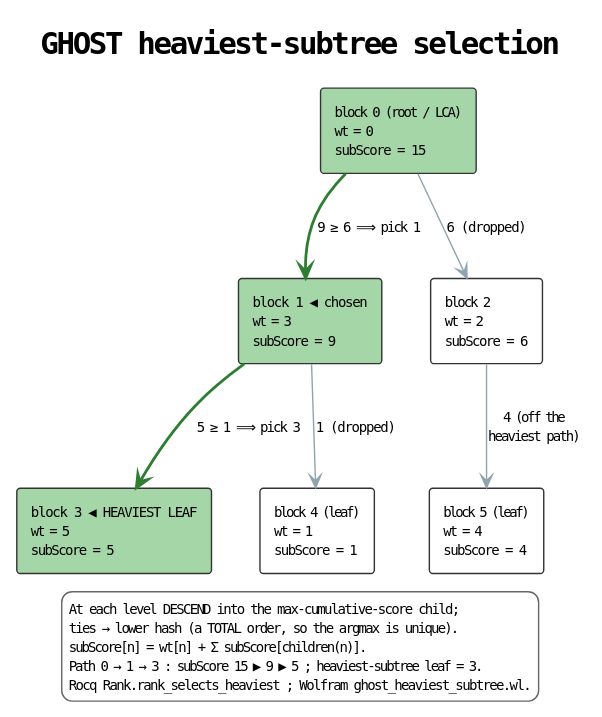
Before: docs/theory/fork-choice/diagrams/03-ghost-heaviest-subtree.svg, a diagram exported from PlantUML (F1R3FLY-io/f1r3node-rust).
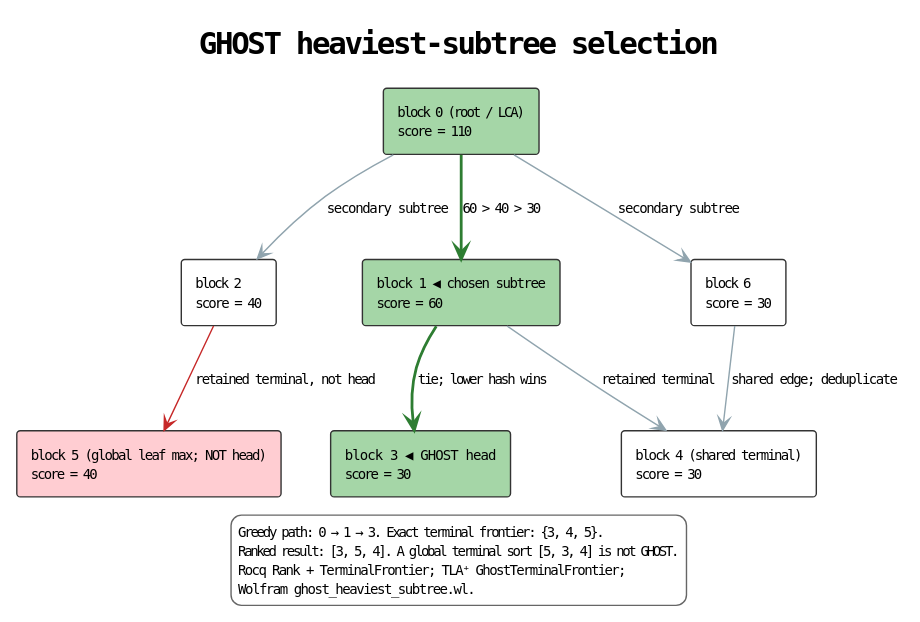
The same diagram one commit later.

Change to the diagram source:
```diff
@@ -17,24 +17,26 @@
 title GHOST heaviest-subtree selection
 
 
-rectangle "block 0  (root / LCA)\nwt = 0\nsubScore = 15" as N0 #A5D6A7
-rectangle "block 1  ◀ chosen\nwt = 3\nsubScore = 9" as N1 #A5D6A7
-rectangle "block 2\nwt = 2\nsubScore = 6" as N2 #FFFFFF
-rectangle "block 3  ◀ HEAVIEST LEAF\nwt = 5\nsubScore = 5" as N3 #A5D6A7
-rectangle "block 4  (leaf)\nwt = 1\nsubScore = 1" as N4 #FFFFFF
-rectangle "block 5  (leaf)\nwt = 4\nsubScore = 4" as N5 #FFFFFF
+rectangle "block 0  (root / LCA)\nscore = 110" as N0 #A5D6A7
+rectangle "block 1  ◀ chosen subtree\nscore = 60" as N1 #A5D6A7
+rectangle "block 2\nscore = 40" as N2 #FFFFFF
+rectangle "block 6\nscore = 30" as N6 #FFFFFF
+rectangle "block 3  ◀ GHOST head\nscore = 30" as N3 #A5D6A7
+rectangle "block 4  (shared terminal)\nscore = 30" as N4 #FFFFFF
+rectangle "block 5  (global leaf max; NOT head)\nscore = 40" as N5 #FFCDD2
 
-N0 -[#2E7D32,bold]-> N1 : 9 ≥ 6  ⟹ pick 1
-N0 -[#90A4AE]-> N2 : 6  (dropped)
-N1 -[#2E7D32,bold]-> N3 : 5 ≥ 1  ⟹ pick 3
-N1 -[#90A4AE]-> N4 : 1  (dropped)
-N2 -[#90A4AE]-> N5 : 4  (off the\nheaviest path)
+N0 -[#2E7D32,bold]-> N1 : 60 > 40 > 30
+N0 -[#90A4AE]-> N2 : secondary subtree
+N0 -[#90A4AE]-> N6 : secondary subtree
+N1 -[#2E7D32,bold]-> N3 : tie; lower hash wins
+N1 -[#90A4AE]-> N4 : retained terminal
+N2 -[#C62828]-> N5 : retained terminal, not head
+N6 -[#90A4AE]-> N4 : shared edge; deduplicate
 
 legend bottom
-  At each level DESCEND into the max-cumulative-score child;
-  ties → lower hash (a TOTAL order, so the argmax is unique).
-  subScore[n] = wt[n] + Σ subScore[children(n)].
-  Path 0 → 1 → 3 : subScore 15 ▶ 9 ▶ 5 ; heaviest-subtree leaf = 3.
-  Rocq Rank.rank_selects_heaviest ; Wolfram ghost_heaviest_subtree.wl.
+  Greedy path: 0 → 1 → 3. Exact terminal frontier: {3, 4, 5}.
+  Ranked result: [3, 5, 4]. A global terminal sort [5, 3, 4] is not GHOST.
+  Rocq Rank + TerminalFrontier; TLA⁺ GhostTerminalFrontier;
+  Wolfram ghost_heaviest_subtree.wl.
 endlegend
 @enduml
```
